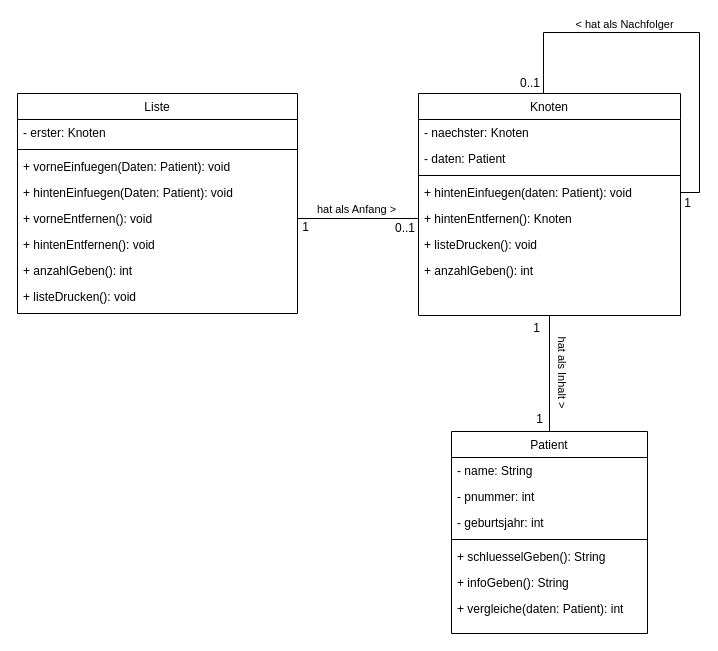
The draw.io diagram page "TSI ohne Interface" (2 of 3) of q11-liste-tsi.drawio in JoernWVSG/diagram, before the edit. Source tidied: cells renumbered, new cells numbered last; positions are measured from the earlier drawing's top-left corner, leaving out a move shared by most shapes. Both pictures are drawn from the tidied source at 100%, with x=0, y=0 at pixel (17, 32).
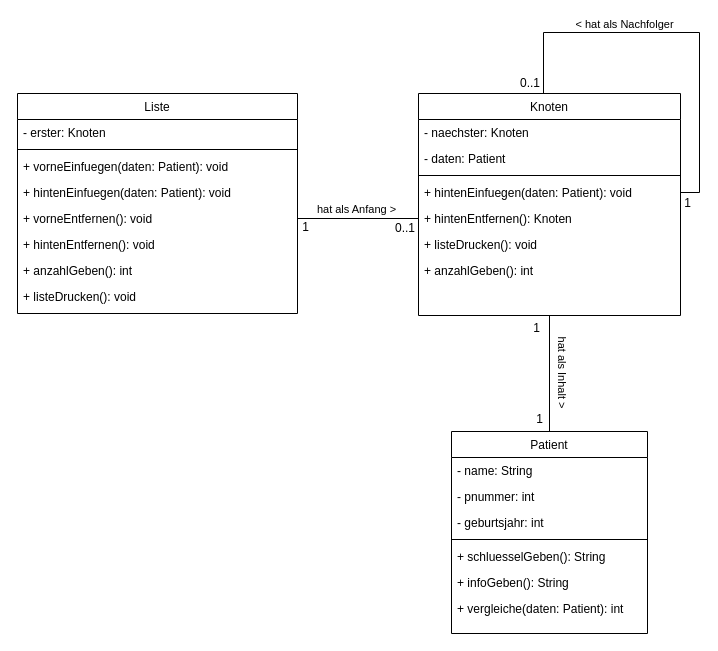
Above is the later version.

Unchanged cells that the change refers to:
```xml
<mxCell id="2" value="Liste" style="swimlane;fontStyle=0;align=center;verticalAlign=top;horizontal=1;startSize=26;rounded=0;shadow=0;strokeWidth=1;" parent="1" vertex="1">
  <mxGeometry y="61" width="280" height="220" as="geometry" />
</mxCell>
```

Diff of the diagram source:
```diff
@@
-    <mxCell id="5" value="+ vorneEinfuegen(Daten: Patient): void" style="text;align=left;verticalAlign=top;spacingLeft=4;spacingRight=4;overflow=hidden;" parent="2" vertex="1">
+    <mxCell id="5" value="+ vorneEinfuegen(daten: Patient): void" style="text;align=left;verticalAlign=top;spacingLeft=4;spacingRight=4;overflow=hidden;" parent="2" vertex="1">
       <mxGeometry y="60" width="280" height="26" as="geometry" />
     </mxCell>
-    <mxCell id="6" value="+ hintenEinfuegen(Daten: Patient): void" style="text;align=left;verticalAlign=top;spacingLeft=4;spacingRight=4;overflow=hidden;" parent="2" vertex="1">
+    <mxCell id="6" value="+ hintenEinfuegen(daten: Patient): void" style="text;align=left;verticalAlign=top;spacingLeft=4;spacingRight=4;overflow=hidden;" parent="2" vertex="1">
       <mxGeometry y="86" width="280" height="26" as="geometry" />
     </mxCell>
```
